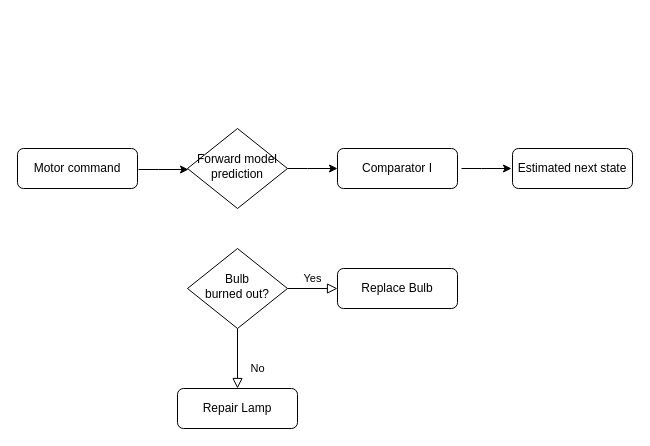
The draw.io diagram Double_Comparator.drawio in nalgi/Draw.io, before the edit. Source tidied: cells renumbered, new cells numbered last; positions are measured from the earlier drawing's top-left corner, leaving out a move shared by most shapes. Both pictures are drawn from the tidied source at 100%, with x=0, y=0 at pixel (17, 128).
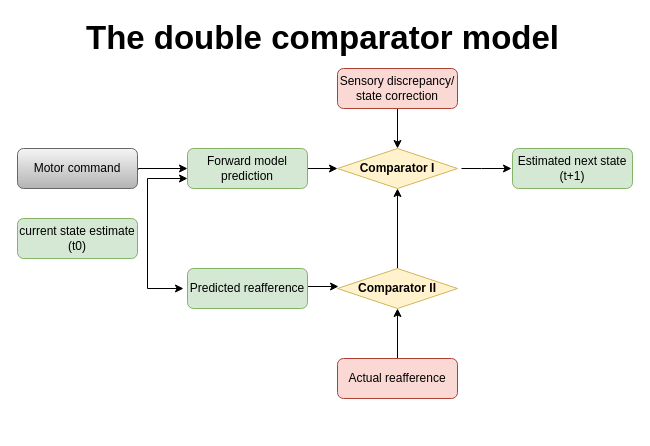
Above is the later version.

Diff of the diagram source:
```diff
@@
-    <mxCell id="2" value="Motor command" style="rounded=1;whiteSpace=wrap;html=1;fontSize=12;glass=0;strokeWidth=1;shadow=0;" parent="1" vertex="1">
+    <mxCell id="2" value="Motor command" style="rounded=1;whiteSpace=wrap;html=1;fontSize=12;glass=0;strokeWidth=1;shadow=0;gradientColor=#b3b3b3;fillColor=#f5f5f5;strokeColor=#666666;" parent="1" vertex="1">
       <mxGeometry y="20" width="120" height="40" as="geometry" />
     </mxCell>
-    <mxCell id="3" value="Forward model prediction" style="rhombus;whiteSpace=wrap;html=1;shadow=0;fontFamily=Helvetica;fontSize=12;align=center;strokeWidth=1;spacing=6;spacingTop=-4;" parent="1" vertex="1">
-      <mxGeometry x="170" width="100" height="80" as="geometry" />
-    </mxCell>
-    <mxCell id="4" style="edgeStyle=orthogonalEdgeStyle;rounded=0;jettySize=auto;html=1;" parent="1" edge="1" source="3" target="5">
+    <mxCell id="4" style="edgeStyle=orthogonalEdgeStyle;rounded=0;jettySize=auto;html=1;" parent="1" edge="1" target="5">
       <mxGeometry relative="1" as="geometry">
+        <mxPoint x="300" y="40" as="sourcePoint" />
         <Array as="points">
           <mxPoint x="290" y="40" />
           <mxPoint x="290" y="40" />
         </Array>
       </mxGeometry>
     </mxCell>
-    <mxCell id="5" value="Comparator I" style="rounded=1;whiteSpace=wrap;html=1;fontSize=12;glass=0;strokeWidth=1;shadow=0;" parent="1" vertex="1">
+    <mxCell id="5" value="&lt;b&gt;Comparator I&lt;/b&gt;" style="rhombus;whiteSpace=wrap;html=1;fontSize=12;glass=0;strokeWidth=1;shadow=0;fillColor=#fff2cc;strokeColor=#d6b656;" parent="1" vertex="1">
       <mxGeometry x="320" y="20" width="120" height="40" as="geometry" />
     </mxCell>
-    <mxCell id="6" value="No" style="rounded=0;html=1;jettySize=auto;fontSize=11;endArrow=block;endFill=0;endSize=8;strokeWidth=1;shadow=0;labelBackgroundColor=none;edgeStyle=orthogonalEdgeStyle;" parent="1" edge="1" source="8" target="9">
-      <mxGeometry x="0.33" y="20" relative="1" as="geometry" />
-    </mxCell>
-    <mxCell id="7" value="Yes" style="edgeStyle=orthogonalEdgeStyle;rounded=0;html=1;jettySize=auto;fontSize=11;endArrow=block;endFill=0;endSize=8;strokeWidth=1;shadow=0;labelBackgroundColor=none;" parent="1" edge="1" source="8" target="10">
-      <mxGeometry y="10" relative="1" as="geometry" />
-    </mxCell>
-    <mxCell id="8" value="Bulb&lt;br&gt;burned out?" style="rhombus;whiteSpace=wrap;html=1;shadow=0;fontFamily=Helvetica;fontSize=12;align=center;strokeWidth=1;spacing=6;spacingTop=-4;" parent="1" vertex="1">
-      <mxGeometry x="170" y="120" width="100" height="80" as="geometry" />
-    </mxCell>
+    <mxCell id="14" style="edgeStyle=orthogonalEdgeStyle;rounded=0;jettySize=auto;html=1;startArrow=none;startFill=0;endArrow=classic;endFill=1;" parent="1" edge="1" source="9" target="10">
+      <mxGeometry relative="1" as="geometry" />
+    </mxCell>
-    <mxCell id="9" value="Repair Lamp" style="rounded=1;whiteSpace=wrap;html=1;fontSize=12;glass=0;strokeWidth=1;shadow=0;" parent="1" vertex="1">
-      <mxGeometry x="160" y="260" width="120" height="40" as="geometry" />
+    <mxCell id="9" value="Actual reafference" style="rounded=1;whiteSpace=wrap;html=1;fontSize=12;glass=0;strokeWidth=1;shadow=0;fillColor=#fad9d5;strokeColor=#ae4132;" parent="1" vertex="1">
+      <mxGeometry x="320" y="230" width="120" height="40" as="geometry" />
     </mxCell>
+    <mxCell id="15" style="edgeStyle=orthogonalEdgeStyle;rounded=0;jettySize=auto;html=1;startArrow=none;startFill=0;endArrow=classic;endFill=1;" parent="1" edge="1" source="10" target="5">
+      <mxGeometry relative="1" as="geometry" />
+    </mxCell>
-    <mxCell id="10" value="Replace Bulb" style="rounded=1;whiteSpace=wrap;html=1;fontSize=12;glass=0;strokeWidth=1;shadow=0;" parent="1" vertex="1">
+    <mxCell id="10" value="&lt;b&gt;Comparator II&lt;/b&gt;" style="rhombus;whiteSpace=wrap;html=1;fontSize=12;glass=0;strokeWidth=1;shadow=0;fillColor=#fff2cc;strokeColor=#d6b656;" parent="1" vertex="1">
       <mxGeometry x="320" y="140" width="120" height="40" as="geometry" />
     </mxCell>
-    <mxCell id="11" style="edgeStyle=orthogonalEdgeStyle;rounded=0;orthogonalLoop=1;jettySize=auto;html=1;" parent="1" edge="1">
+    <mxCell id="11" style="edgeStyle=orthogonalEdgeStyle;rounded=0;jettySize=auto;html=1;entryX=0;entryY=0.5;entryDx=0;entryDy=0;" parent="1" edge="1" target="3">
       <mxGeometry relative="1" as="geometry">
         <mxPoint x="121" y="41" as="sourcePoint" />
-        <mxPoint x="171" y="41" as="targetPoint" />
         <Array as="points">
-          <mxPoint x="141" y="41" />
-          <mxPoint x="141" y="41" />
+          <mxPoint x="121" y="40" />
         </Array>
       </mxGeometry>
     </mxCell>
@@
-    <mxCell id="13" value="Estimated next state" style="rounded=1;whiteSpace=wrap;html=1;fontSize=12;glass=0;strokeWidth=1;shadow=0;" parent="1" vertex="1">
+    <mxCell id="13" value="Estimated next state&lt;br&gt;(t+1)" style="rounded=1;whiteSpace=wrap;html=1;fontSize=12;glass=0;strokeWidth=1;shadow=0;fillColor=#d5e8d4;strokeColor=#82b366;" parent="1" vertex="1">
       <mxGeometry x="495" y="20" width="120" height="40" as="geometry" />
     </mxCell>
+    <mxCell id="16" style="edgeStyle=orthogonalEdgeStyle;rounded=0;jettySize=auto;html=1;endArrow=classic;endFill=1;startArrow=classic;startFill=1;exitX=0;exitY=0.75;exitDx=0;exitDy=0;" parent="1" edge="1" source="3">
+      <mxGeometry relative="1" as="geometry">
+        <mxPoint x="166" y="160" as="targetPoint" />
+        <Array as="points">
+          <mxPoint x="130" y="50" />
+          <mxPoint x="130" y="160" />
+        </Array>
+      </mxGeometry>
+    </mxCell>
+    <mxCell id="17" value="current state estimate (t0)" style="rounded=1;whiteSpace=wrap;html=1;fontSize=12;glass=0;strokeWidth=1;shadow=0;fillColor=#d5e8d4;strokeColor=#82b366;" parent="1" vertex="1">
+      <mxGeometry y="90" width="120" height="40" as="geometry" />
+    </mxCell>
+    <mxCell id="18" style="edgeStyle=orthogonalEdgeStyle;rounded=0;jettySize=auto;html=1;startArrow=none;startFill=0;endArrow=classic;endFill=1;" parent="1" edge="1" source="19" target="5">
+      <mxGeometry relative="1" as="geometry" />
+    </mxCell>
+    <mxCell id="19" value="Sensory discrepancy/ state correction" style="rounded=1;whiteSpace=wrap;html=1;fontSize=12;glass=0;strokeWidth=1;shadow=0;fillColor=#fad9d5;strokeColor=#ae4132;" parent="1" vertex="1">
+      <mxGeometry x="320" y="-60" width="120" height="40" as="geometry" />
+    </mxCell>
+    <mxCell id="20" style="edgeStyle=orthogonalEdgeStyle;rounded=0;orthogonalLoop=1;jettySize=auto;html=1;" parent="1" edge="1">
+      <mxGeometry relative="1" as="geometry">
+        <mxPoint x="271" y="158" as="sourcePoint" />
+        <mxPoint x="321" y="158" as="targetPoint" />
+        <Array as="points">
+          <mxPoint x="321" y="158" />
+          <mxPoint x="321" y="158" />
+        </Array>
+      </mxGeometry>
+    </mxCell>
+    <mxCell id="3" value="Forward model prediction" style="rounded=1;whiteSpace=wrap;html=1;fontSize=12;glass=0;strokeWidth=1;shadow=0;fillColor=#d5e8d4;strokeColor=#82b366;" parent="1" vertex="1">
+      <mxGeometry x="170" y="20" width="120" height="40" as="geometry" />
+    </mxCell>
+    <mxCell id="21" value="Predicted reafference" style="rounded=1;whiteSpace=wrap;html=1;fontSize=12;glass=0;strokeWidth=1;shadow=0;fillColor=#d5e8d4;strokeColor=#82b366;" parent="1" vertex="1">
+      <mxGeometry x="170" y="140" width="120" height="40" as="geometry" />
+    </mxCell>
+    <mxCell id="22" value="&lt;b&gt;&lt;font style=&quot;font-size: 33px&quot;&gt;The double comparator model&lt;/font&gt;&lt;/b&gt;" style="text;html=1;align=center;verticalAlign=middle;" parent="1" vertex="1">
+      <mxGeometry x="60" y="-106" width="490" height="30" as="geometry" />
+    </mxCell>
```
